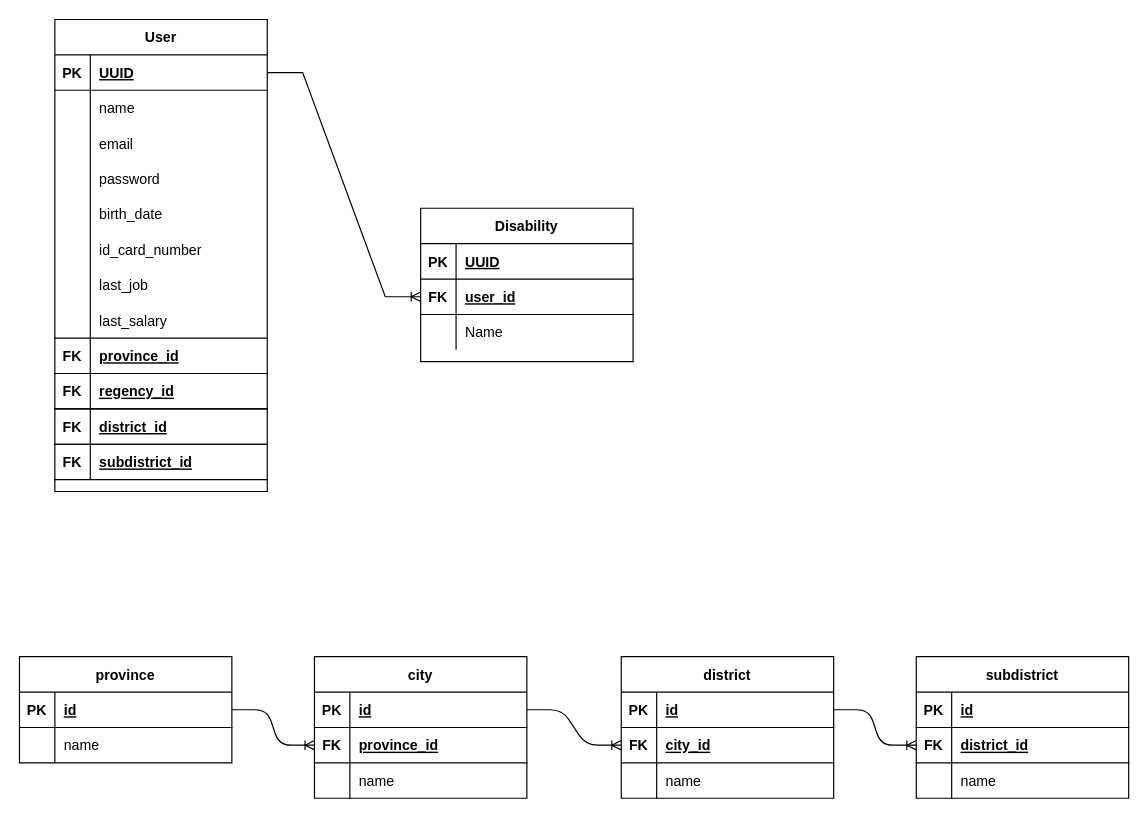
excalios/garudahacks-namatim keeps this draw.io diagram as grid.drawio. Above is the earlier version. Source tidied: cells renumbered, new cells numbered last; positions are measured from the earlier drawing's top-left corner, leaving out a move shared by most shapes. Both pictures are drawn from the tidied source at 118%, with x=0, y=0 at pixel (19, 19).
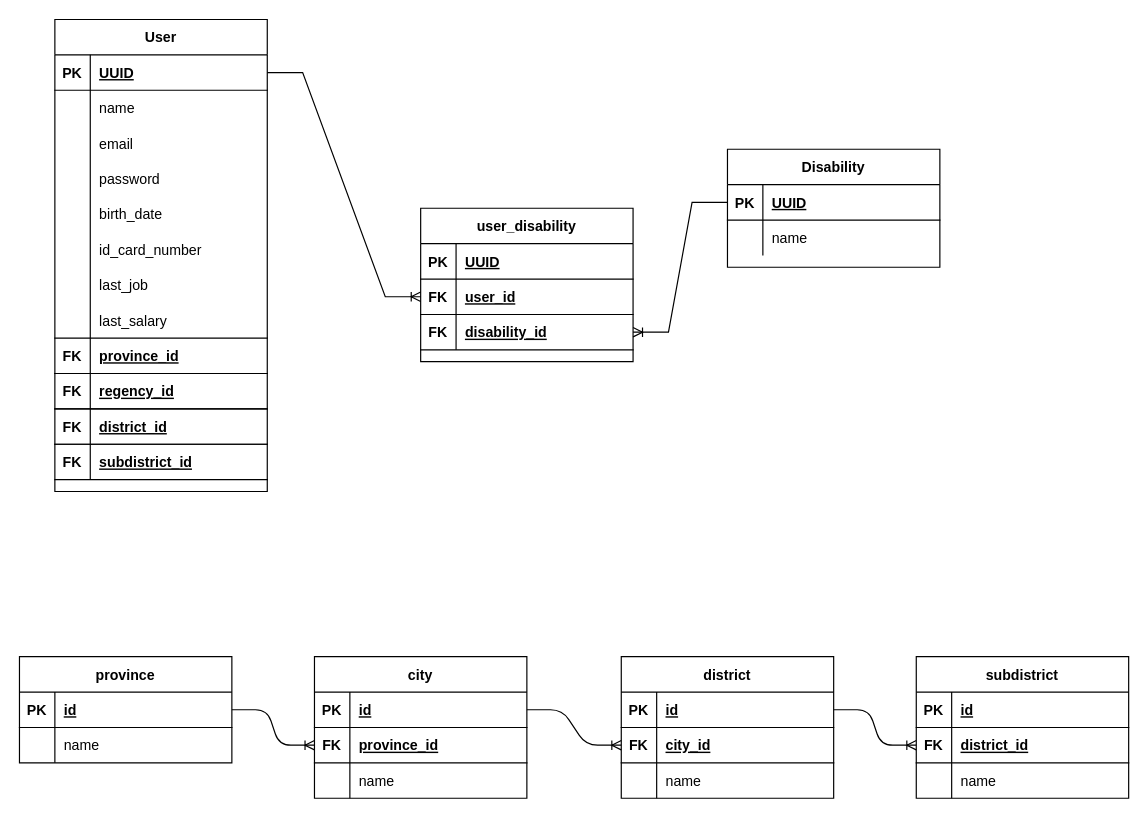
The same diagram, later.

Commit message (it also covers changes not shown here):
add disabilities erd and migrations

Unchanged cells that the change refers to:
```xml
<mxCell id="3" style="shape=partialRectangle;fillColor=none;top=0;left=0;bottom=1;right=0;points=[[0,0.5],[1,0.5]];portConstraint=eastwest;" parent="2" vertex="1">
  <mxGeometry y="30" width="180" height="30" as="geometry" />
</mxCell>
<mxCell id="83" style="shape=partialRectangle;fillColor=none;top=0;left=0;bottom=1;right=0;points=[[0,0.5],[1,0.5]];portConstraint=eastwest;" parent="79" vertex="1">
  <mxGeometry y="60" width="180" height="30" as="geometry" />
</mxCell>
```

What changed in the source:
```diff
@@
-    <mxCell id="79" value="Disability" style="shape=table;startSize=30;childLayout=tableLayout;rowLines=0;fontStyle=1;align=center;" parent="1" vertex="1">
+    <mxCell id="79" value="user_disability" style="shape=table;startSize=30;childLayout=tableLayout;rowLines=0;fontStyle=1;align=center;" parent="1" vertex="1">
       <mxGeometry x="340" y="160" width="180" height="130" as="geometry" />
     </mxCell>
@@
-    <mxCell id="86" style="shape=partialRectangle;fillColor=none;top=0;left=0;bottom=0;right=0;" parent="79" vertex="1">
-      <mxGeometry y="90" width="180" height="30" as="geometry" />
-    </mxCell>
+    <mxCell id="90" style="shape=partialRectangle;fillColor=none;top=0;left=0;bottom=1;right=0;points=[[0,0.5],[1,0.5]];portConstraint=eastwest;" parent="79" vertex="1">
+      <mxGeometry y="90" width="180" height="30" as="geometry" />
+    </mxCell>
+    <mxCell id="91" value="FK" style="shape=partialRectangle;fillColor=none;top=0;left=0;bottom=0;right=0;fontStyle=1;overflow=hidden;" parent="90" vertex="1">
+      <mxGeometry width="30" height="30" as="geometry" />
+    </mxCell>
+    <mxCell id="92" value="disability_id" style="shape=partialRectangle;fillColor=none;top=0;left=0;bottom=0;right=0;align=left;spacingLeft=6;fontStyle=5;overflow=hidden;" parent="90" vertex="1">
+      <mxGeometry x="30" width="150" height="30" as="geometry" />
+    </mxCell>
+    <mxCell id="89" style="edgeStyle=entityRelationEdgeStyle;fontSize=12;html=1;endArrow=ERoneToMany;rounded=0;exitX=1;exitY=0.5;exitDx=0;exitDy=0;entryX=0;entryY=0.5;entryDx=0;entryDy=0;" parent="1" edge="1" source="3" target="83">
+      <mxGeometry relative="1" as="geometry" />
+    </mxCell>
+    <mxCell id="93" value="Disability" style="shape=table;startSize=30;childLayout=tableLayout;rowLines=0;fontStyle=1;align=center;" parent="1" vertex="1">
+      <mxGeometry x="600" y="110" width="180" height="100" as="geometry" />
+    </mxCell>
+    <mxCell id="94" style="shape=partialRectangle;fillColor=none;top=0;left=0;bottom=1;right=0;points=[[0,0.5],[1,0.5]];portConstraint=eastwest;" parent="93" vertex="1">
+      <mxGeometry y="30" width="180" height="30" as="geometry" />
+    </mxCell>
+    <mxCell id="95" value="PK" style="shape=partialRectangle;fillColor=none;top=0;left=0;bottom=0;right=0;fontStyle=1;overflow=hidden;" parent="94" vertex="1">
+      <mxGeometry width="30" height="30" as="geometry" />
+    </mxCell>
+    <mxCell id="96" value="UUID" style="shape=partialRectangle;fillColor=none;top=0;left=0;bottom=0;right=0;align=left;spacingLeft=6;fontStyle=5;overflow=hidden;" parent="94" vertex="1">
+      <mxGeometry x="30" width="150" height="30" as="geometry" />
+    </mxCell>
+    <mxCell id="97" style="shape=partialRectangle;fillColor=none;top=0;left=0;bottom=0;right=0;" parent="93" vertex="1">
+      <mxGeometry y="60" width="180" height="30" as="geometry" />
+    </mxCell>
-    <mxCell id="87" style="shape=partialRectangle;fillColor=none;top=0;left=0;bottom=0;right=0;overflow=hidden;" parent="86" vertex="1">
+    <mxCell id="87" style="shape=partialRectangle;fillColor=none;top=0;left=0;bottom=0;right=0;overflow=hidden;" parent="97" vertex="1">
       <mxGeometry width="30" height="30" as="geometry" />
     </mxCell>
-    <mxCell id="88" value="Name" style="shape=partialRectangle;fillColor=none;top=0;left=0;bottom=0;right=0;align=left;spacingLeft=6;overflow=hidden;" parent="86" vertex="1">
-      <mxGeometry x="30" width="150" height="30" as="geometry" />
-    </mxCell>
-    <mxCell id="89" style="edgeStyle=entityRelationEdgeStyle;fontSize=12;html=1;endArrow=ERoneToMany;rounded=0;exitX=1;exitY=0.5;exitDx=0;exitDy=0;entryX=0;entryY=0.5;entryDx=0;entryDy=0;" parent="1" edge="1" source="3" target="83">
-      <mxGeometry relative="1" as="geometry" />
-    </mxCell>
+    <mxCell id="98" value="name" style="shape=partialRectangle;fillColor=none;top=0;left=0;bottom=0;right=0;align=left;spacingLeft=6;overflow=hidden;" parent="97" vertex="1">
+      <mxGeometry x="30" width="150" height="30" as="geometry" />
+    </mxCell>
+    <mxCell id="99" style="edgeStyle=entityRelationEdgeStyle;rounded=0;jettySize=auto;html=1;exitX=0;exitY=0.5;exitDx=0;exitDy=0;entryX=1;entryY=0.5;entryDx=0;entryDy=0;fontSize=12;endArrow=ERoneToMany;" parent="1" edge="1" source="94" target="90">
+      <mxGeometry relative="1" as="geometry" />
+    </mxCell>
```
